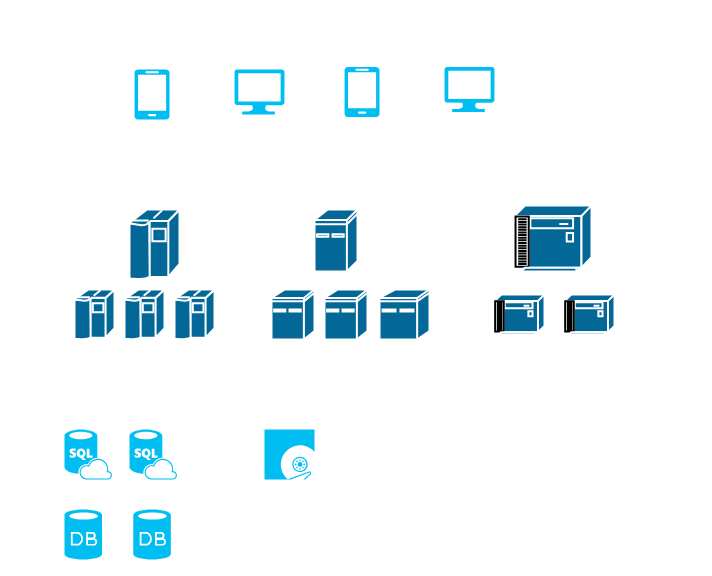
Earlier version of the draw.io diagram 未命名表单.drawio (wydhit/book). Source tidied: cells renumbered, new cells numbered last; positions are measured from the earlier drawing's top-left corner, leaving out a move shared by most shapes. Both pictures are drawn from the tidied source at 100%, with x=0, y=0 at pixel (64, 67).
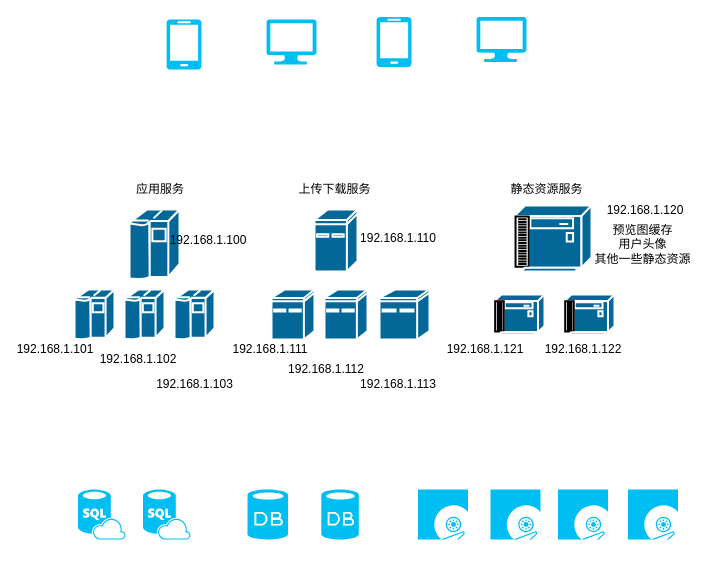
The same diagram, later.

Commit message:
更新未命名表单.drawio

Diff of the diagram source:
```diff
@@
     <mxCell id="2" style="verticalLabelPosition=bottom;html=1;verticalAlign=top;align=center;strokeColor=none;fillColor=#00BEF2;shape=mxgraph.azure.mobile;" parent="1" vertex="1">
-      <mxGeometry x="70" y="2" width="35" height="50" as="geometry" />
+      <mxGeometry x="102" y="-48" width="35" height="50" as="geometry" />
     </mxCell>
     <mxCell id="3" style="verticalLabelPosition=bottom;html=1;verticalAlign=top;align=center;strokeColor=none;fillColor=#00BEF2;shape=mxgraph.azure.computer;" parent="1" vertex="1">
-      <mxGeometry x="170" y="2" width="50" height="45" as="geometry" />
+      <mxGeometry x="202" y="-48" width="50" height="45" as="geometry" />
     </mxCell>
     <mxCell id="4" style="verticalLabelPosition=bottom;html=1;verticalAlign=top;align=center;strokeColor=none;fillColor=#00BEF2;shape=mxgraph.azure.mobile;" parent="1" vertex="1">
-      <mxGeometry x="280" y="-0.5" width="35" height="50" as="geometry" />
+      <mxGeometry x="312" y="-50.5" width="35" height="50" as="geometry" />
     </mxCell>
     <mxCell id="5" style="verticalLabelPosition=bottom;html=1;verticalAlign=top;align=center;strokeColor=none;fillColor=#00BEF2;shape=mxgraph.azure.computer;" parent="1" vertex="1">
-      <mxGeometry x="380" y="-0.5" width="50" height="45" as="geometry" />
+      <mxGeometry x="412" y="-50.5" width="50" height="45" as="geometry" />
     </mxCell>
@@
     <mxCell id="17" style="verticalLabelPosition=bottom;html=1;verticalAlign=top;align=center;strokeColor=none;fillColor=#00BEF2;shape=mxgraph.azure.sql_database_sql_azure;" parent="1" vertex="1">
-      <mxGeometry y="362" width="47.5" height="50" as="geometry" />
+      <mxGeometry x="13.5" y="422" width="47.5" height="50" as="geometry" />
     </mxCell>
     <mxCell id="18" style="verticalLabelPosition=bottom;html=1;verticalAlign=top;align=center;strokeColor=none;fillColor=#00BEF2;shape=mxgraph.azure.operating_system_image;" parent="1" vertex="1">
-      <mxGeometry x="200" y="362" width="50" height="50" as="geometry" />
+      <mxGeometry x="353.5" y="422" width="50" height="50" as="geometry" />
     </mxCell>
     <mxCell id="19" style="verticalLabelPosition=bottom;html=1;verticalAlign=top;align=center;strokeColor=none;fillColor=#00BEF2;shape=mxgraph.azure.sql_database_sql_azure;" parent="1" vertex="1">
-      <mxGeometry x="65" y="362" width="47.5" height="50" as="geometry" />
+      <mxGeometry x="78.5" y="422" width="47.5" height="50" as="geometry" />
     </mxCell>
     <mxCell id="20" style="verticalLabelPosition=bottom;html=1;verticalAlign=top;align=center;strokeColor=none;fillColor=#00BEF2;shape=mxgraph.azure.database;" parent="1" vertex="1">
-      <mxGeometry y="442" width="37.5" height="50" as="geometry" />
+      <mxGeometry x="183" y="422" width="40.5" height="50" as="geometry" />
     </mxCell>
     <mxCell id="21" style="verticalLabelPosition=bottom;html=1;verticalAlign=top;align=center;strokeColor=none;fillColor=#00BEF2;shape=mxgraph.azure.database;" parent="1" vertex="1">
-      <mxGeometry x="68.8" y="442" width="37.5" height="50" as="geometry" />
+      <mxGeometry x="256.8" y="422" width="37.5" height="50" as="geometry" />
     </mxCell>
+    <mxCell id="22" value="应用服务" style="text;html=1;strokeColor=none;fillColor=none;align=center;verticalAlign=middle;whiteSpace=wrap;rounded=0;" parent="1" vertex="1">
+      <mxGeometry x="65" y="112" width="62" height="20" as="geometry" />
+    </mxCell>
+    <mxCell id="23" value="上传下载服务" style="text;html=1;strokeColor=none;fillColor=none;align=center;verticalAlign=middle;whiteSpace=wrap;rounded=0;" parent="1" vertex="1">
+      <mxGeometry x="226" y="112" width="89" height="20" as="geometry" />
+    </mxCell>
+    <mxCell id="24" value="静态资源服务" style="text;html=1;strokeColor=none;fillColor=none;align=center;verticalAlign=middle;whiteSpace=wrap;rounded=0;" parent="1" vertex="1">
+      <mxGeometry x="438" y="112" width="89" height="20" as="geometry" />
+    </mxCell>
+    <mxCell id="25" style="verticalLabelPosition=bottom;html=1;verticalAlign=top;align=center;strokeColor=none;fillColor=#00BEF2;shape=mxgraph.azure.operating_system_image;" parent="1" vertex="1">
+      <mxGeometry x="426" y="422" width="50" height="50" as="geometry" />
+    </mxCell>
+    <mxCell id="26" style="verticalLabelPosition=bottom;html=1;verticalAlign=top;align=center;strokeColor=none;fillColor=#00BEF2;shape=mxgraph.azure.operating_system_image;" parent="1" vertex="1">
+      <mxGeometry x="563.5" y="422" width="50" height="50" as="geometry" />
+    </mxCell>
+    <mxCell id="27" style="verticalLabelPosition=bottom;html=1;verticalAlign=top;align=center;strokeColor=none;fillColor=#00BEF2;shape=mxgraph.azure.operating_system_image;" parent="1" vertex="1">
+      <mxGeometry x="493.5" y="422" width="50" height="50" as="geometry" />
+    </mxCell>
+    <mxCell id="28" value="预览图缓存&lt;br&gt;用户头像&lt;br&gt;其他一些静态资源" style="text;html=1;strokeColor=none;fillColor=none;align=center;verticalAlign=middle;whiteSpace=wrap;rounded=0;" parent="1" vertex="1">
+      <mxGeometry x="527" y="142" width="103" height="70" as="geometry" />
+    </mxCell>
+    <mxCell id="29" value="192.168.1.100" style="text;html=1;strokeColor=none;fillColor=none;align=center;verticalAlign=middle;whiteSpace=wrap;rounded=0;" parent="1" vertex="1">
+      <mxGeometry x="112.5" y="163" width="62" height="20" as="geometry" />
+    </mxCell>
+    <mxCell id="30" value="192.168.1.101" style="text;html=1;strokeColor=none;fillColor=none;align=center;verticalAlign=middle;whiteSpace=wrap;rounded=0;" parent="1" vertex="1">
+      <mxGeometry x="-40" y="272" width="62" height="20" as="geometry" />
+    </mxCell>
+    <mxCell id="31" value="192.168.1.102" style="text;html=1;strokeColor=none;fillColor=none;align=center;verticalAlign=middle;whiteSpace=wrap;rounded=0;" parent="1" vertex="1">
+      <mxGeometry x="43" y="282" width="62" height="20" as="geometry" />
+    </mxCell>
+    <mxCell id="32" value="192.168.1.103" style="text;html=1;strokeColor=none;fillColor=none;align=center;verticalAlign=middle;whiteSpace=wrap;rounded=0;" parent="1" vertex="1">
+      <mxGeometry x="100" y="312" width="61" height="10" as="geometry" />
+    </mxCell>
+    <mxCell id="33" value="192.168.1.111" style="text;html=1;strokeColor=none;fillColor=none;align=center;verticalAlign=middle;whiteSpace=wrap;rounded=0;" parent="1" vertex="1">
+      <mxGeometry x="174.5" y="272" width="62" height="20" as="geometry" />
+    </mxCell>
+    <mxCell id="34" value="192.168.1.110" style="text;html=1;strokeColor=none;fillColor=none;align=center;verticalAlign=middle;whiteSpace=wrap;rounded=0;" parent="1" vertex="1">
+      <mxGeometry x="303" y="161" width="62" height="20" as="geometry" />
+    </mxCell>
+    <mxCell id="35" value="192.168.1.112" style="text;html=1;strokeColor=none;fillColor=none;align=center;verticalAlign=middle;whiteSpace=wrap;rounded=0;" parent="1" vertex="1">
+      <mxGeometry x="231" y="292" width="62" height="20" as="geometry" />
+    </mxCell>
+    <mxCell id="36" value="192.168.1.113" style="text;html=1;strokeColor=none;fillColor=none;align=center;verticalAlign=middle;whiteSpace=wrap;rounded=0;" parent="1" vertex="1">
+      <mxGeometry x="303" y="307" width="62" height="20" as="geometry" />
+    </mxCell>
+    <mxCell id="37" value="192.168.1.120" style="text;html=1;strokeColor=none;fillColor=none;align=center;verticalAlign=middle;whiteSpace=wrap;rounded=0;" parent="1" vertex="1">
+      <mxGeometry x="550" y="132" width="62" height="21" as="geometry" />
+    </mxCell>
+    <mxCell id="38" value="192.168.1.121" style="text;html=1;strokeColor=none;fillColor=none;align=center;verticalAlign=middle;whiteSpace=wrap;rounded=0;" parent="1" vertex="1">
+      <mxGeometry x="390" y="262" width="62" height="40" as="geometry" />
+    </mxCell>
+    <mxCell id="39" value="192.168.1.122" style="text;html=1;strokeColor=none;fillColor=none;align=center;verticalAlign=middle;whiteSpace=wrap;rounded=0;" parent="1" vertex="1">
+      <mxGeometry x="488" y="262" width="62" height="40" as="geometry" />
+    </mxCell>
```
